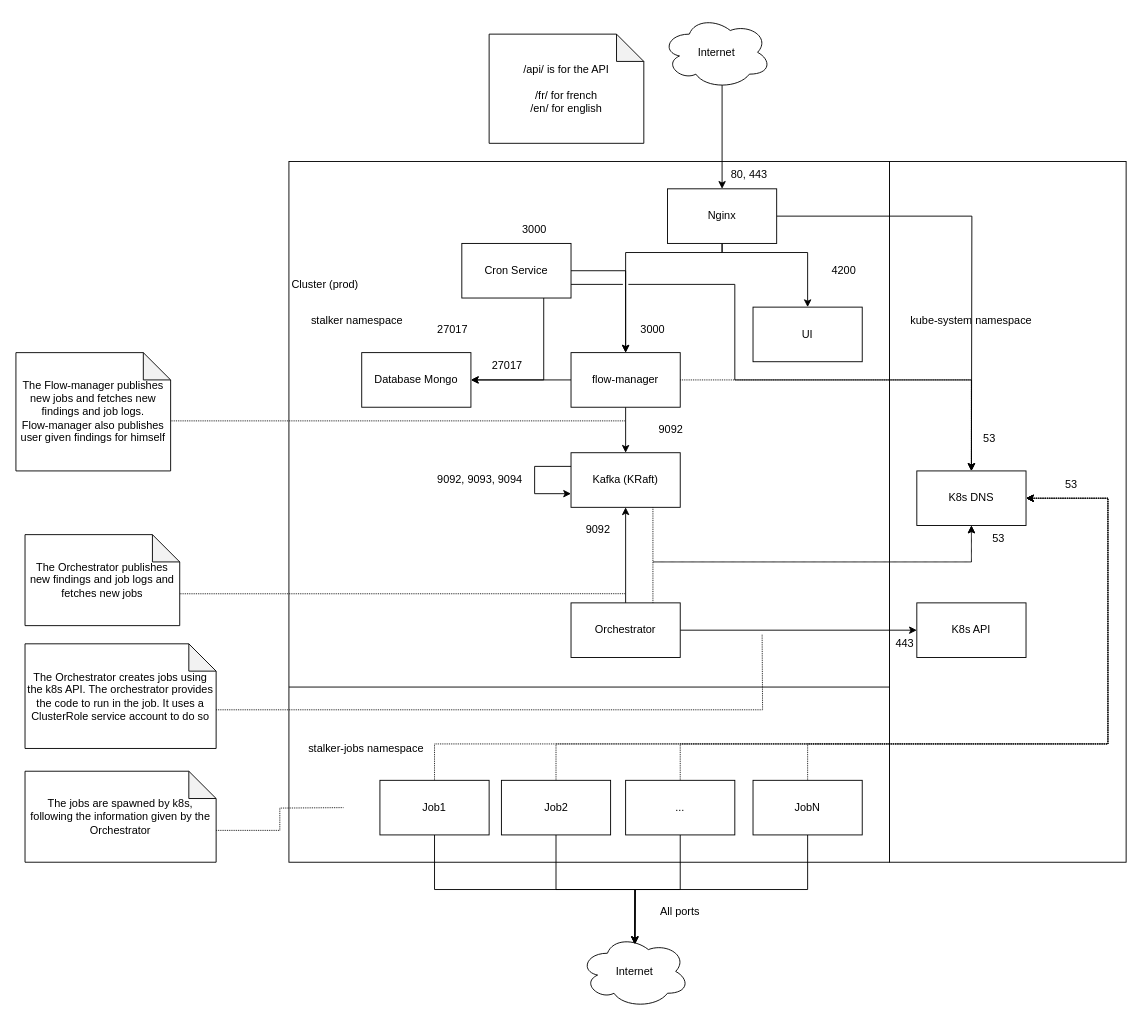
Earlier version of the draw.io diagram docs/prod_network_architecture.drawio.xml (red-kite-solutions/stalker). Source tidied: cells renumbered, new cells numbered last; positions are measured from the earlier drawing's top-left corner, leaving out a move shared by most shapes. Both pictures are drawn from the tidied source at 91%, with x=0, y=0 at pixel (15, 15).
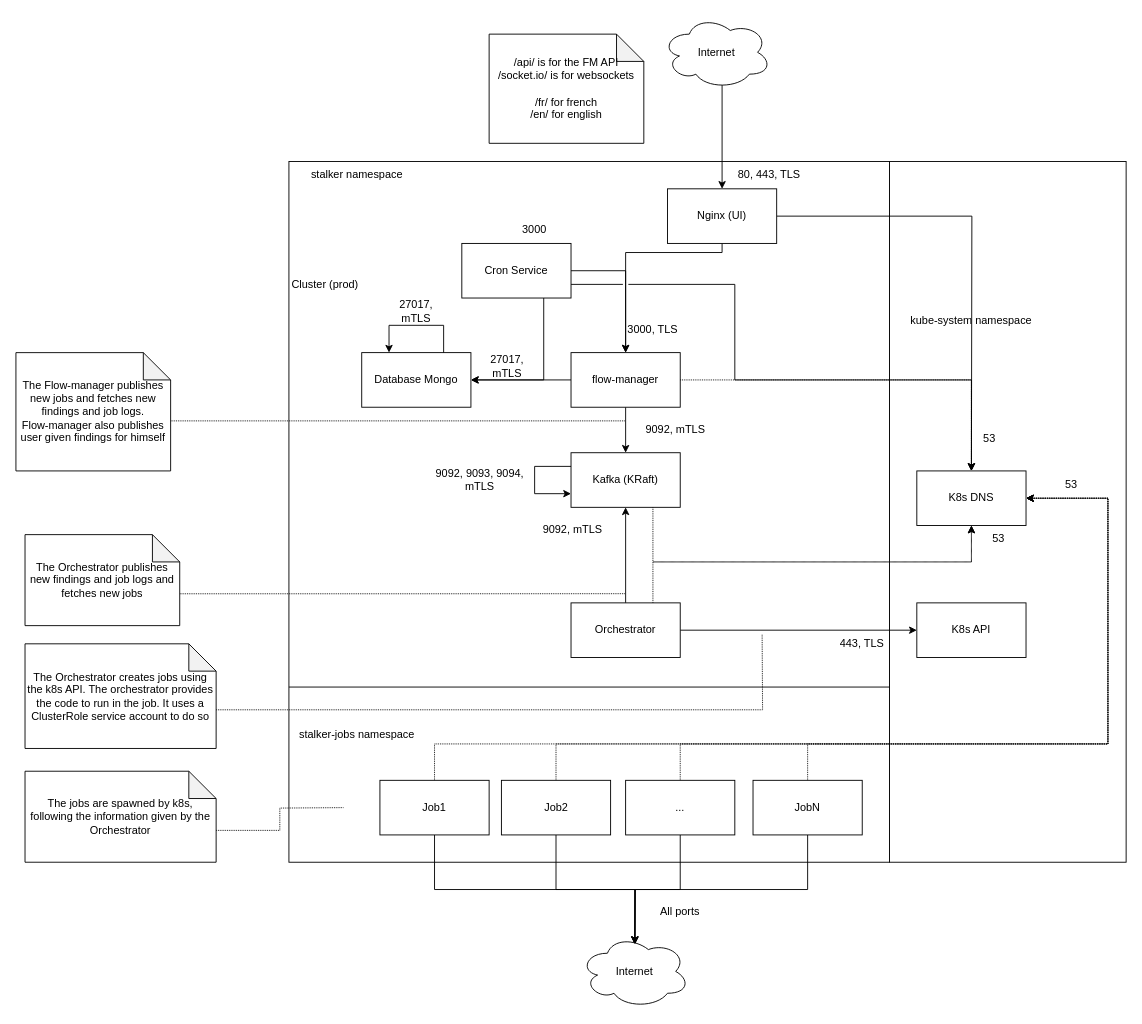
The same page after the edit.

The change refers to these unchanged cells:
```xml
<mxCell id="38" value="Database Mongo" style="rounded=0;whiteSpace=wrap;html=1;" parent="1" vertex="1">
  <mxGeometry x="380" y="370" width="120" height="60" as="geometry" />
</mxCell>
```

Diff of the diagram source:
```diff
@@
-    <mxCell id="6" value="UI" style="rounded=0;whiteSpace=wrap;html=1;" parent="1" vertex="1">
-      <mxGeometry x="810" y="320" width="120" height="60" as="geometry" />
-    </mxCell>
@@
     <mxCell id="21" value="stalker namespace" style="text;html=1;strokeColor=none;fillColor=none;align=center;verticalAlign=middle;whiteSpace=wrap;rounded=0;" parent="1" vertex="1">
-      <mxGeometry x="300" y="320" width="150" height="30" as="geometry" />
+      <mxGeometry x="300" y="160" width="150" height="30" as="geometry" />
     </mxCell>
     <mxCell id="22" value="stalker-jobs namespace" style="text;html=1;strokeColor=none;fillColor=none;align=center;verticalAlign=middle;whiteSpace=wrap;rounded=0;" parent="1" vertex="1">
-      <mxGeometry x="310" y="790" width="150" height="30" as="geometry" />
+      <mxGeometry x="300" y="775" width="150" height="30" as="geometry" />
     </mxCell>
@@
-    <mxCell id="40" value="9092, 9093, 9094" style="text;html=1;strokeColor=none;fillColor=none;align=center;verticalAlign=middle;whiteSpace=wrap;rounded=0;" parent="1" vertex="1">
+    <mxCell id="40" value="9092, 9093, 9094, mTLS" style="text;html=1;strokeColor=none;fillColor=none;align=center;verticalAlign=middle;whiteSpace=wrap;rounded=0;" parent="1" vertex="1">
       <mxGeometry x="460" y="495" width="100" height="30" as="geometry" />
     </mxCell>
-    <mxCell id="41" value="9092" style="text;html=1;strokeColor=none;fillColor=none;align=center;verticalAlign=middle;whiteSpace=wrap;rounded=0;" parent="1" vertex="1">
-      <mxGeometry x="690" y="440" width="60" height="30" as="geometry" />
+    <mxCell id="41" value="9092, mTLS" style="text;html=1;strokeColor=none;fillColor=none;align=center;verticalAlign=middle;whiteSpace=wrap;rounded=0;" parent="1" vertex="1">
+      <mxGeometry x="660" y="440" width="130" height="30" as="geometry" />
     </mxCell>
-    <mxCell id="42" value="4200" style="text;html=1;strokeColor=none;fillColor=none;align=center;verticalAlign=middle;whiteSpace=wrap;rounded=0;" parent="1" vertex="1">
-      <mxGeometry x="880" y="265" width="60" height="30" as="geometry" />
-    </mxCell>
-    <mxCell id="43" value="3000" style="text;html=1;strokeColor=none;fillColor=none;align=center;verticalAlign=middle;whiteSpace=wrap;rounded=0;" parent="1" vertex="1">
+    <mxCell id="43" value="3000, TLS" style="text;html=1;strokeColor=none;fillColor=none;align=center;verticalAlign=middle;whiteSpace=wrap;rounded=0;" parent="1" vertex="1">
       <mxGeometry x="670" y="330" width="60" height="30" as="geometry" />
     </mxCell>
-    <mxCell id="44" value="27017" style="text;html=1;strokeColor=none;fillColor=none;align=center;verticalAlign=middle;whiteSpace=wrap;rounded=0;" parent="1" vertex="1">
+    <mxCell id="44" value="27017, mTLS" style="text;html=1;strokeColor=none;fillColor=none;align=center;verticalAlign=middle;whiteSpace=wrap;rounded=0;" parent="1" vertex="1">
       <mxGeometry x="510" y="370" width="60" height="30" as="geometry" />
     </mxCell>
@@
-    <mxCell id="48" value="27017" style="text;html=1;strokeColor=none;fillColor=none;align=center;verticalAlign=middle;whiteSpace=wrap;rounded=0;" parent="1" vertex="1">
-      <mxGeometry x="450" y="330" width="60" height="30" as="geometry" />
-    </mxCell>
-    <mxCell id="49" value="443" style="text;html=1;strokeColor=none;fillColor=none;align=center;verticalAlign=middle;whiteSpace=wrap;rounded=0;" parent="1" vertex="1">
-      <mxGeometry x="947" y="675" width="60" height="30" as="geometry" />
+    <mxCell id="49" value="443, TLS" style="text;html=1;strokeColor=none;fillColor=none;align=center;verticalAlign=middle;whiteSpace=wrap;rounded=0;" parent="1" vertex="1">
+      <mxGeometry x="900" y="675" width="60" height="30" as="geometry" />
     </mxCell>
-    <mxCell id="50" value="9092" style="text;html=1;strokeColor=none;fillColor=none;align=center;verticalAlign=middle;whiteSpace=wrap;rounded=0;" parent="1" vertex="1">
-      <mxGeometry x="610" y="550" width="60" height="30" as="geometry" />
+    <mxCell id="50" value="9092, mTLS" style="text;html=1;strokeColor=none;fillColor=none;align=center;verticalAlign=middle;whiteSpace=wrap;rounded=0;" parent="1" vertex="1">
+      <mxGeometry x="564" y="550" width="96" height="30" as="geometry" />
     </mxCell>
@@
-    <mxCell id="59" value="/api/ is for the API&lt;br&gt;&lt;br&gt;/fr/ for french&lt;br&gt;/en/ for english" style="shape=note;whiteSpace=wrap;html=1;backgroundOutline=1;darkOpacity=0.05;" parent="1" vertex="1">
+    <mxCell id="59" value="/api/ is for the FM API&lt;br&gt;/socket.io/ is for websockets&lt;br&gt;&lt;br&gt;/fr/ for french&lt;br&gt;/en/ for english" style="shape=note;whiteSpace=wrap;html=1;backgroundOutline=1;darkOpacity=0.05;" parent="1" vertex="1">
       <mxGeometry x="520" y="20" width="170" height="120" as="geometry" />
     </mxCell>
@@
-    <mxCell id="66" style="edgeStyle=orthogonalEdgeStyle;rounded=0;jettySize=auto;html=1;exitX=0.5;exitY=1;exitDx=0;exitDy=0;entryX=0.5;entryY=0;entryDx=0;entryDy=0;" parent="1" edge="1" source="68" target="6">
-      <mxGeometry relative="1" as="geometry">
-        <Array as="points">
-          <mxPoint x="776" y="260" />
-          <mxPoint x="870" y="260" />
-        </Array>
-      </mxGeometry>
-    </mxCell>
@@
-    <mxCell id="68" value="Nginx" style="rounded=0;whiteSpace=wrap;html=1;fontStyle=0;" parent="1" vertex="1">
+    <mxCell id="68" value="Nginx (UI)" style="rounded=0;whiteSpace=wrap;html=1;fontStyle=0;" parent="1" vertex="1">
       <mxGeometry x="716" y="190" width="120" height="60" as="geometry" />
     </mxCell>
-    <mxCell id="69" value="80, 443" style="text;html=1;strokeColor=none;fillColor=none;align=center;verticalAlign=middle;whiteSpace=wrap;rounded=0;" parent="1" vertex="1">
-      <mxGeometry x="776" y="160" width="60" height="30" as="geometry" />
+    <mxCell id="69" value="80, 443, TLS" style="text;html=1;strokeColor=none;fillColor=none;align=center;verticalAlign=middle;whiteSpace=wrap;rounded=0;" parent="1" vertex="1">
+      <mxGeometry x="776" y="160" width="104" height="30" as="geometry" />
     </mxCell>
+    <mxCell id="70" style="edgeStyle=orthogonalEdgeStyle;rounded=0;orthogonalLoop=1;jettySize=auto;html=1;exitX=0.75;exitY=0;exitDx=0;exitDy=0;entryX=0.25;entryY=0;entryDx=0;entryDy=0;" parent="1" edge="1" source="38" target="38">
+      <mxGeometry relative="1" as="geometry">
+        <Array as="points">
+          <mxPoint x="470" y="340" />
+          <mxPoint x="410" y="340" />
+        </Array>
+      </mxGeometry>
+    </mxCell>
+    <mxCell id="71" value="27017, mTLS" style="text;html=1;strokeColor=none;fillColor=none;align=center;verticalAlign=middle;whiteSpace=wrap;rounded=0;" parent="1" vertex="1">
+      <mxGeometry x="410" y="310" width="60" height="30" as="geometry" />
+    </mxCell>
```
